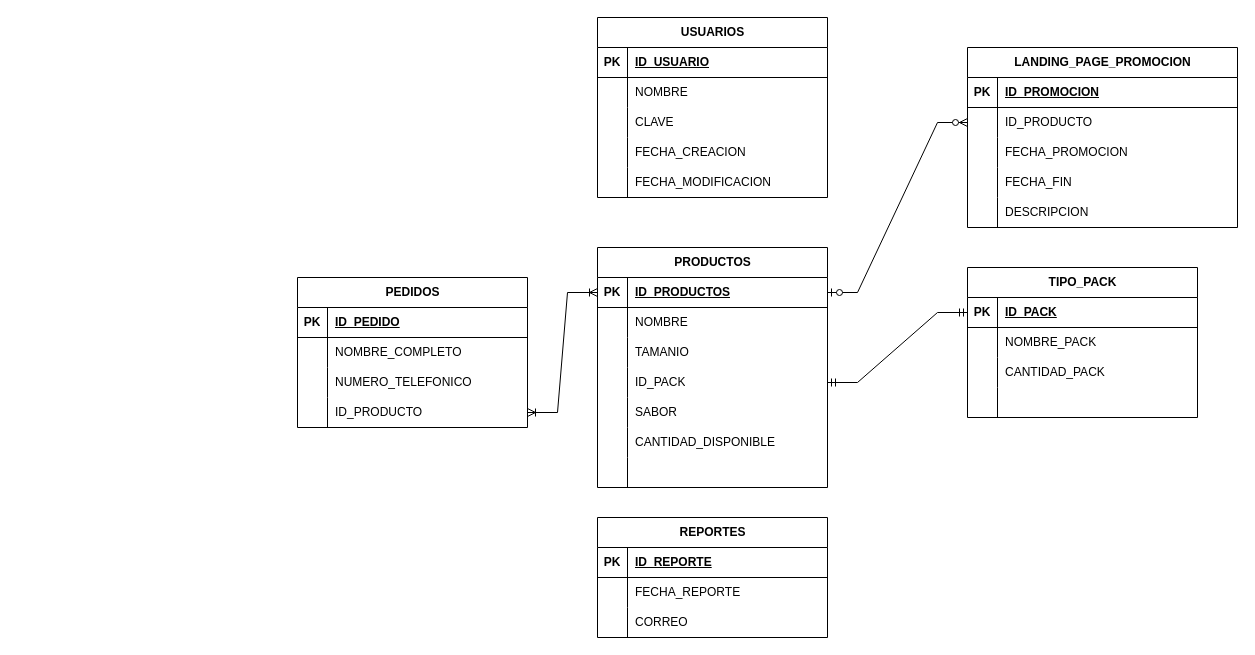
This is DB_Entidad_Relacion.drawio from DavidSantana872/GBar, a draw.io file, before an edit. Source tidied: cells renumbered, new cells numbered last; positions are measured from the earlier drawing's top-left corner, leaving out a move shared by most shapes. Both pictures are drawn from the tidied source at 100%, with x=0, y=0 at pixel (297, 17).
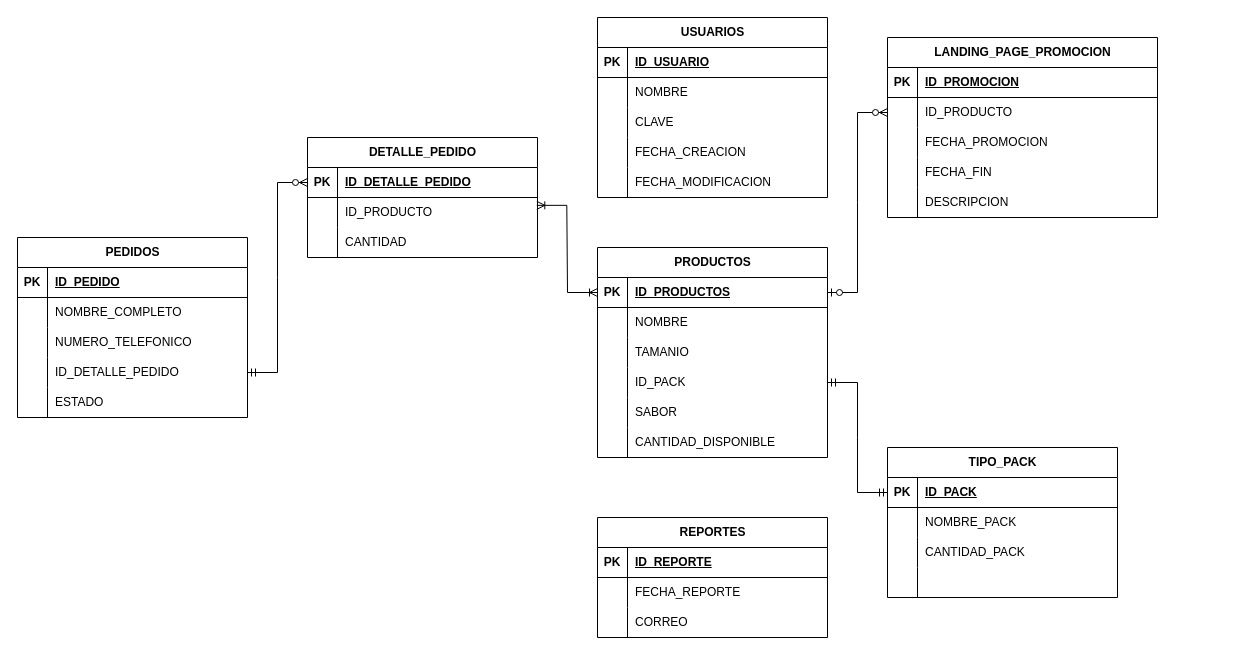
The same page after the edit.

Unchanged cells that the change refers to:
```xml
<mxCell id="3" style="shape=tableRow;horizontal=0;startSize=0;swimlaneHead=0;swimlaneBody=0;fillColor=none;points=[[0,0.5],[1,0.5]];portConstraint=eastwest;top=0;left=0;right=0;bottom=1;" parent="2" vertex="1">
  <mxGeometry y="30" width="230" height="30" as="geometry" />
</mxCell>
<mxCell id="48" style="shape=tableRow;horizontal=0;startSize=0;swimlaneHead=0;swimlaneBody=0;fillColor=none;points=[[0,0.5],[1,0.5]];portConstraint=eastwest;top=0;left=0;right=0;bottom=0;" parent="38" vertex="1">
  <mxGeometry y="120" width="230" height="30" as="geometry" />
</mxCell>
```

Change to the diagram source:
```diff
@@
     <mxCell id="2" value="PRODUCTOS" style="shape=table;startSize=30;childLayout=tableLayout;rowLines=0;fontStyle=1;align=center;html=1;" parent="1" vertex="1">
-      <mxGeometry x="300" y="230" width="230" height="240" as="geometry" />
+      <mxGeometry x="300" y="230" width="230" height="210" as="geometry" />
     </mxCell>
@@
-    <mxCell id="21" style="shape=tableRow;horizontal=0;startSize=0;swimlaneHead=0;swimlaneBody=0;fillColor=none;top=0;left=0;right=0;bottom=0;" parent="2" vertex="1">
-      <mxGeometry y="210" width="230" height="30" as="geometry" />
-    </mxCell>
-    <mxCell id="22" style="shape=partialRectangle;fillColor=none;top=0;left=0;bottom=0;right=0;overflow=hidden;whiteSpace=wrap;html=1;" parent="21" vertex="1">
-      <mxGeometry width="30" height="30" as="geometry" />
-    </mxCell>
-    <mxCell id="23" style="shape=partialRectangle;fillColor=none;top=0;left=0;bottom=0;right=0;align=left;spacingLeft=6;overflow=hidden;whiteSpace=wrap;html=1;" parent="21" vertex="1">
-      <mxGeometry x="30" width="200" height="30" as="geometry" />
-    </mxCell>
@@
     <mxCell id="25" value="TIPO_PACK" style="shape=table;startSize=30;childLayout=tableLayout;rowLines=0;fontStyle=1;align=center;html=1;" parent="1" vertex="1">
-      <mxGeometry x="670" y="250" width="230" height="150" as="geometry" />
+      <mxGeometry x="590" y="430" width="230" height="150" as="geometry" />
     </mxCell>
@@
     <mxCell id="38" value="PEDIDOS" style="shape=table;startSize=30;childLayout=tableLayout;rowLines=0;fontStyle=1;align=center;html=1;" parent="1" vertex="1">
-      <mxGeometry y="260" width="230" height="150" as="geometry" />
+      <mxGeometry x="-280" y="220" width="230" height="180" as="geometry" />
     </mxCell>
@@
-    <mxCell id="49" style="shape=partialRectangle;fillColor=none;top=0;left=0;bottom=0;right=0;overflow=hidden;whiteSpace=wrap;html=1;" parent="48" vertex="1">
-      <mxGeometry width="30" height="30" as="geometry" />
-    </mxCell>
-    <mxCell id="50" value="ID_PRODUCTO" style="shape=partialRectangle;fillColor=none;top=0;left=0;bottom=0;right=0;align=left;spacingLeft=6;overflow=hidden;whiteSpace=wrap;html=1;" parent="48" vertex="1">
-      <mxGeometry x="30" width="200" height="30" as="geometry" />
-    </mxCell>
+    <mxCell id="95" style="shape=partialRectangle;fillColor=none;top=0;left=0;bottom=0;right=0;overflow=hidden;whiteSpace=wrap;html=1;" parent="48" vertex="1">
+      <mxGeometry width="30" height="30" as="geometry" />
+    </mxCell>
+    <mxCell id="96" value="ID_DETALLE_PEDIDO" style="shape=partialRectangle;fillColor=none;top=0;left=0;bottom=0;right=0;align=left;spacingLeft=6;overflow=hidden;whiteSpace=wrap;html=1;" parent="48" vertex="1">
+      <mxGeometry x="30" width="200" height="30" as="geometry" />
+    </mxCell>
+    <mxCell id="97" style="shape=tableRow;horizontal=0;startSize=0;swimlaneHead=0;swimlaneBody=0;fillColor=none;top=0;left=0;right=0;bottom=0;" parent="38" vertex="1">
+      <mxGeometry y="150" width="230" height="30" as="geometry" />
+    </mxCell>
+    <mxCell id="98" style="shape=partialRectangle;fillColor=none;top=0;left=0;bottom=0;right=0;overflow=hidden;whiteSpace=wrap;html=1;" parent="97" vertex="1">
+      <mxGeometry width="30" height="30" as="geometry" />
+    </mxCell>
+    <mxCell id="99" value="ESTADO" style="shape=partialRectangle;fillColor=none;top=0;left=0;bottom=0;right=0;align=left;spacingLeft=6;overflow=hidden;whiteSpace=wrap;html=1;" parent="97" vertex="1">
+      <mxGeometry x="30" width="200" height="30" as="geometry" />
+    </mxCell>
@@
     <mxCell id="67" value="LANDING_PAGE_PROMOCION" style="shape=table;startSize=30;childLayout=tableLayout;rowLines=0;fontStyle=1;align=center;html=1;" parent="1" vertex="1">
-      <mxGeometry x="670" y="30" width="270" height="180" as="geometry" />
+      <mxGeometry x="590" y="20" width="270" height="180" as="geometry" />
     </mxCell>
@@
-    <mxCell id="84" style="edgeStyle=entityRelationEdgeStyle;fontSize=12;html=1;endArrow=ERoneToMany;startArrow=ERoneToMany;rounded=0;entryX=1;entryY=0.5;entryDx=0;entryDy=0;exitX=0;exitY=0.5;exitDx=0;exitDy=0;" parent="1" edge="1" source="3" target="48">
-      <mxGeometry relative="1" as="geometry" />
+    <mxCell id="84" style="edgeStyle=entityRelationEdgeStyle;fontSize=12;html=1;endArrow=ERoneToMany;startArrow=ERoneToMany;rounded=0;entryX=0.997;entryY=0.261;entryDx=0;entryDy=0;exitX=0;exitY=0.5;exitDx=0;exitDy=0;entryPerimeter=0;" parent="1" edge="1" source="3" target="104">
+      <mxGeometry relative="1" as="geometry">
+        <Array as="points">
+          <mxPoint x="10" y="400" />
+        </Array>
+      </mxGeometry>
     </mxCell>
@@
+    <mxCell id="100" value="DETALLE_PEDIDO" style="shape=table;startSize=30;childLayout=tableLayout;rowLines=0;fontStyle=1;align=center;html=1;" parent="1" vertex="1">
+      <mxGeometry x="10" y="120" width="230" height="120" as="geometry" />
+    </mxCell>
+    <mxCell id="101" style="shape=tableRow;horizontal=0;startSize=0;swimlaneHead=0;swimlaneBody=0;fillColor=none;points=[[0,0.5],[1,0.5]];portConstraint=eastwest;top=0;left=0;right=0;bottom=1;" parent="100" vertex="1">
+      <mxGeometry y="30" width="230" height="30" as="geometry" />
+    </mxCell>
+    <mxCell id="102" value="PK" style="shape=partialRectangle;fillColor=none;top=0;left=0;bottom=0;right=0;fontStyle=1;overflow=hidden;whiteSpace=wrap;html=1;" parent="101" vertex="1">
+      <mxGeometry width="30" height="30" as="geometry" />
+    </mxCell>
+    <mxCell id="103" value="ID_DETALLE_PEDIDO" style="shape=partialRectangle;fillColor=none;top=0;left=0;bottom=0;right=0;align=left;spacingLeft=6;fontStyle=5;overflow=hidden;whiteSpace=wrap;html=1;" parent="101" vertex="1">
+      <mxGeometry x="30" width="200" height="30" as="geometry" />
+    </mxCell>
+    <mxCell id="104" style="shape=tableRow;horizontal=0;startSize=0;swimlaneHead=0;swimlaneBody=0;fillColor=none;points=[[0,0.5],[1,0.5]];portConstraint=eastwest;top=0;left=0;right=0;bottom=0;" parent="100" vertex="1">
+      <mxGeometry y="60" width="230" height="30" as="geometry" />
+    </mxCell>
+    <mxCell id="105" style="shape=partialRectangle;fillColor=none;top=0;left=0;bottom=0;right=0;overflow=hidden;whiteSpace=wrap;html=1;" parent="104" vertex="1">
+      <mxGeometry width="30" height="30" as="geometry" />
+    </mxCell>
+    <mxCell id="50" value="ID_PRODUCTO" style="shape=partialRectangle;fillColor=none;top=0;left=0;bottom=0;right=0;align=left;spacingLeft=6;overflow=hidden;whiteSpace=wrap;html=1;" parent="104" vertex="1">
+      <mxGeometry x="30" width="200" height="30" as="geometry" />
+    </mxCell>
+    <mxCell id="106" style="shape=tableRow;horizontal=0;startSize=0;swimlaneHead=0;swimlaneBody=0;fillColor=none;top=0;left=0;right=0;bottom=0;" parent="100" vertex="1">
+      <mxGeometry y="90" width="230" height="30" as="geometry" />
+    </mxCell>
+    <mxCell id="107" style="shape=partialRectangle;fillColor=none;top=0;left=0;bottom=0;right=0;overflow=hidden;whiteSpace=wrap;html=1;" parent="106" vertex="1">
+      <mxGeometry width="30" height="30" as="geometry" />
+    </mxCell>
+    <mxCell id="108" value="CANTIDAD" style="shape=partialRectangle;fillColor=none;top=0;left=0;bottom=0;right=0;align=left;spacingLeft=6;overflow=hidden;whiteSpace=wrap;html=1;" parent="106" vertex="1">
+      <mxGeometry x="30" width="200" height="30" as="geometry" />
+    </mxCell>
+    <mxCell id="109" style="edgeStyle=entityRelationEdgeStyle;fontSize=12;html=1;endArrow=ERzeroToMany;startArrow=ERmandOne;rounded=0;exitX=1;exitY=0.5;exitDx=0;exitDy=0;entryX=0;entryY=0.5;entryDx=0;entryDy=0;" parent="1" edge="1" source="48" target="101">
+      <mxGeometry relative="1" as="geometry">
+        <Array as="points">
+          <mxPoint x="-170" y="120" />
+          <mxPoint x="-310" y="380" />
+        </Array>
+      </mxGeometry>
+    </mxCell>
```
